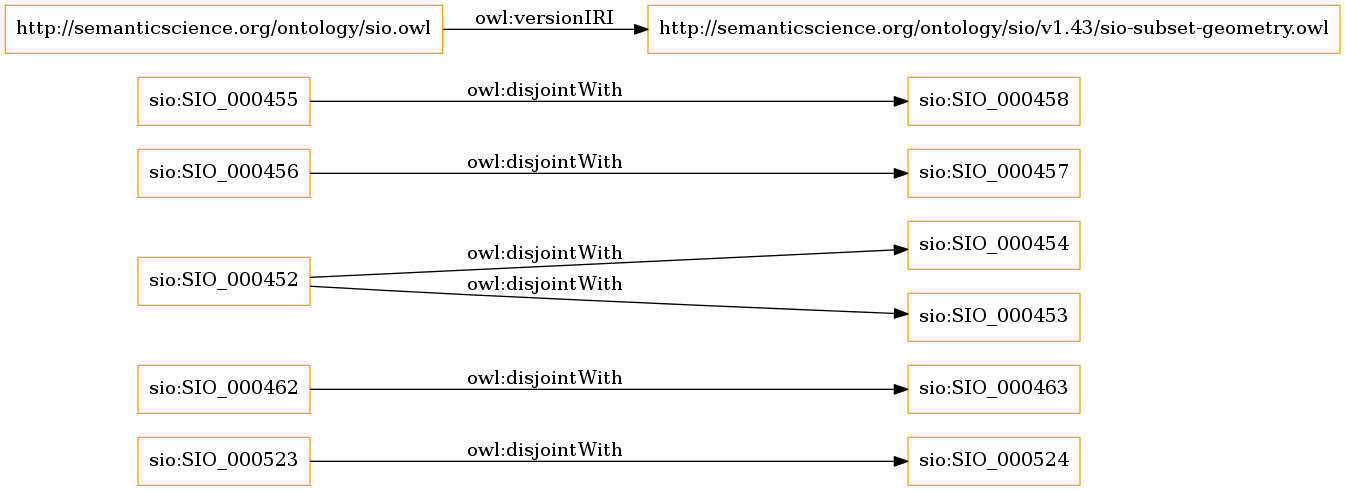
The Graphviz diagram OnToology/ontology/sio/release/sio-subset-geometry.owl/diagrams/ar2dtool-class/sio-subset-geometry.owl.png in MaastrichtU-IDS/semanticscience, before a commit. Its source is kept beside it as OnToology/ontology/sio/release/sio-subset-geometry.owl/diagrams/ar2dtool-class/sio-subset-geometry.owl.png.dot. Source of this version:
```dot
digraph ar2dtool_diagram {
rankdir=LR;
size="1501"
node [shape = rectangle, color="orange"]; "sio:SIO_000523" "sio:SIO_000462" "sio:SIO_000452" "sio:SIO_000457" "sio:SIO_000463" "sio:SIO_000455" "sio:SIO_000456" "sio:SIO_000524" "sio:SIO_000454" "sio:SIO_000458" "sio:SIO_000453" ; /*classes style*/
	"http://semanticscience.org/ontology/sio.owl" -> "http://semanticscience.org/ontology/sio/v1.43/sio-subset-geometry.owl" [ label = "owl:versionIRI" ];
	"sio:SIO_000452" -> "sio:SIO_000453" [ label = "owl:disjointWith" ];
	"sio:SIO_000452" -> "sio:SIO_000454" [ label = "owl:disjointWith" ];
	"sio:SIO_000455" -> "sio:SIO_000458" [ label = "owl:disjointWith" ];
	"sio:SIO_000523" -> "sio:SIO_000524" [ label = "owl:disjointWith" ];
	"sio:SIO_000462" -> "sio:SIO_000463" [ label = "owl:disjointWith" ];
	"sio:SIO_000456" -> "sio:SIO_000457" [ label = "owl:disjointWith" ];

}
```
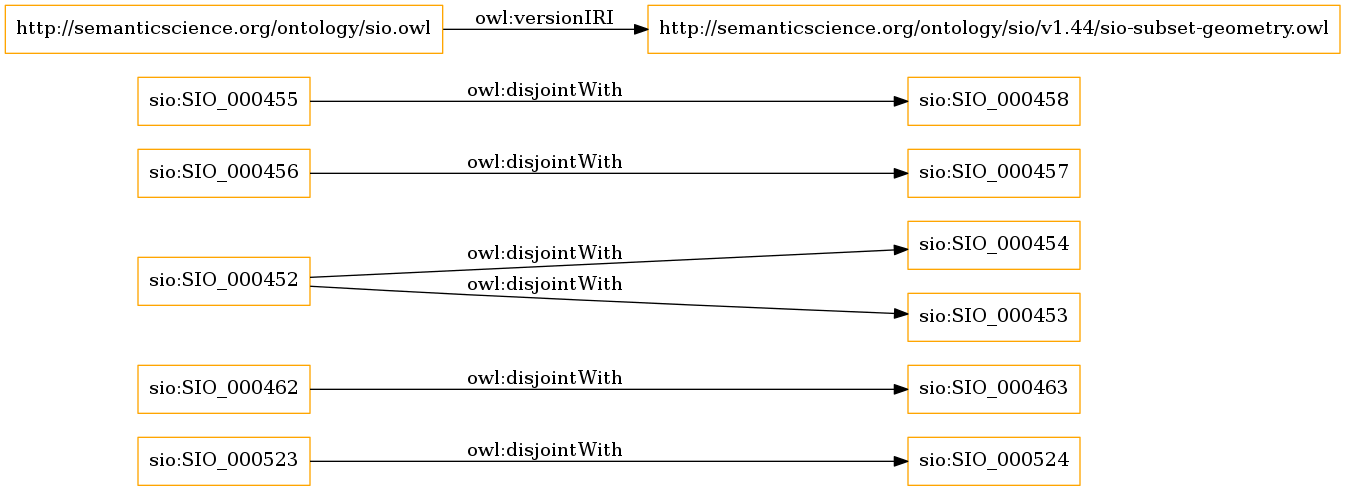
Later version of the same file.

The edit, as a diff of the source:
```diff
@@ -2,7 +2,7 @@
 rankdir=LR;
 size="1501"
 node [shape = rectangle, color="orange"]; "sio:SIO_000523" "sio:SIO_000462" "sio:SIO_000452" "sio:SIO_000457" "sio:SIO_000463" "sio:SIO_000455" "sio:SIO_000456" "sio:SIO_000524" "sio:SIO_000454" "sio:SIO_000458" "sio:SIO_000453" ; /*classes style*/
-	"http://semanticscience.org/ontology/sio.owl" -> "http://semanticscience.org/ontology/sio/v1.43/sio-subset-geometry.owl" [ label = "owl:versionIRI" ];
+	"http://semanticscience.org/ontology/sio.owl" -> "http://semanticscience.org/ontology/sio/v1.44/sio-subset-geometry.owl" [ label = "owl:versionIRI" ];
 	"sio:SIO_000452" -> "sio:SIO_000453" [ label = "owl:disjointWith" ];
 	"sio:SIO_000452" -> "sio:SIO_000454" [ label = "owl:disjointWith" ];
 	"sio:SIO_000455" -> "sio:SIO_000458" [ label = "owl:disjointWith" ];
```
